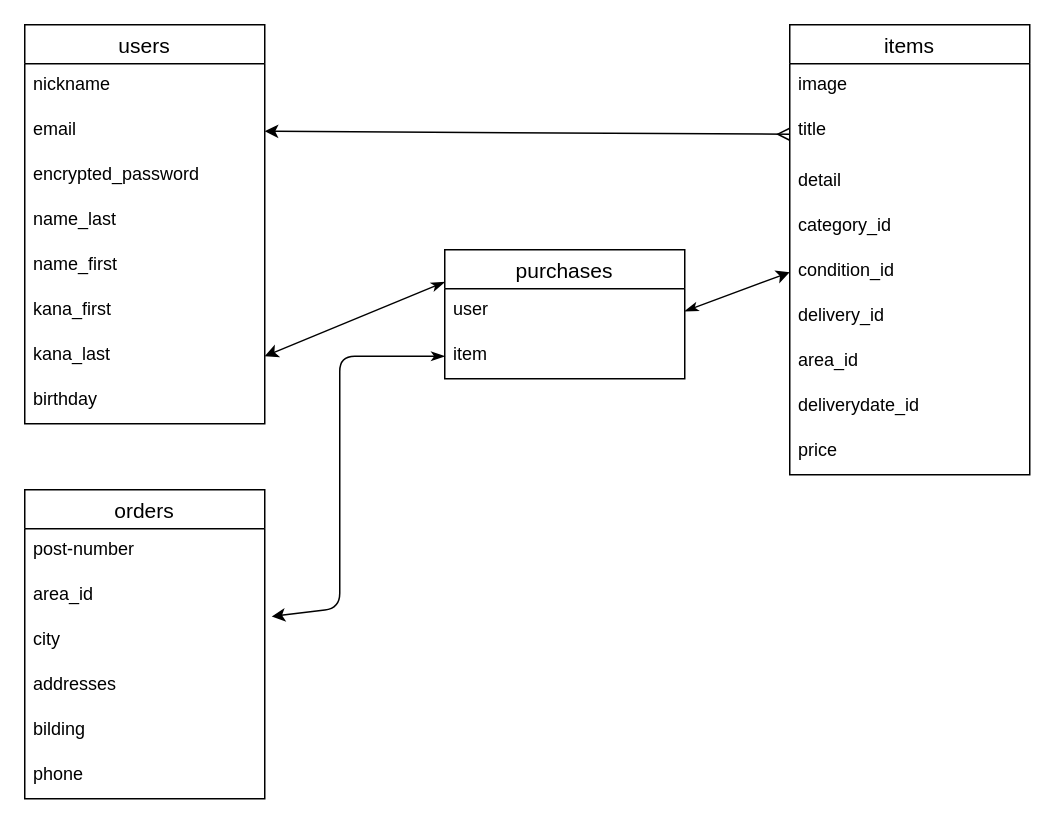
Before: er.dio in gomafuu/furima-39397, a draw.io diagram. Source tidied: cells renumbered, new cells numbered last; positions are measured from the earlier drawing's top-left corner, leaving out a move shared by most shapes. Both pictures are drawn from the tidied source at 150%, with x=0, y=0 at pixel (24, 24).
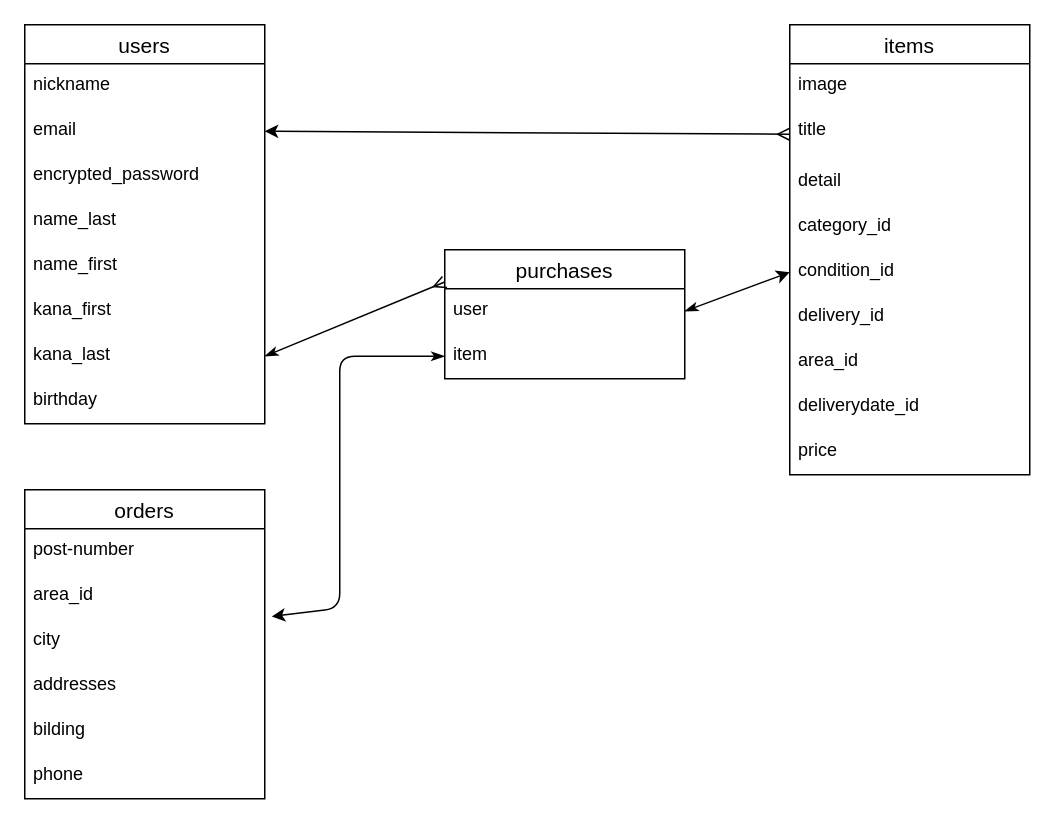
The same page after the edit.

The change refers to these unchanged cells:
```xml
<mxCell id="9" value="kana_last" style="text;strokeColor=none;fillColor=none;spacingLeft=4;spacingRight=4;overflow=hidden;points=[[0,0.5],[1,0.5]];portConstraint=eastwest;fontSize=12;" parent="2" vertex="1">
  <mxGeometry y="206" width="160" height="30" as="geometry" />
</mxCell>
<mxCell id="29" value="purchases" style="swimlane;fontStyle=0;horizontal=1;startSize=26;align=center;fontSize=14;" parent="1" vertex="1">
  <mxGeometry x="280" y="150" width="160" height="86" as="geometry" />
</mxCell>
```

What changed in the source:
```diff
@@
-    <mxCell id="33" style="edgeStyle=none;html=1;exitX=1;exitY=0.5;exitDx=0;exitDy=0;entryX=0;entryY=0.25;entryDx=0;entryDy=0;startArrow=classic;startFill=1;endArrow=classicThin;endFill=1;" parent="1" edge="1" source="9" target="29">
+    <mxCell id="33" style="edgeStyle=none;html=1;exitX=1;exitY=0.5;exitDx=0;exitDy=0;entryX=0;entryY=0.25;entryDx=0;entryDy=0;startArrow=classicThin;startFill=1;endArrow=ERmany;endFill=0;" parent="1" edge="1" source="9" target="29">
       <mxGeometry relative="1" as="geometry" />
     </mxCell>
```
